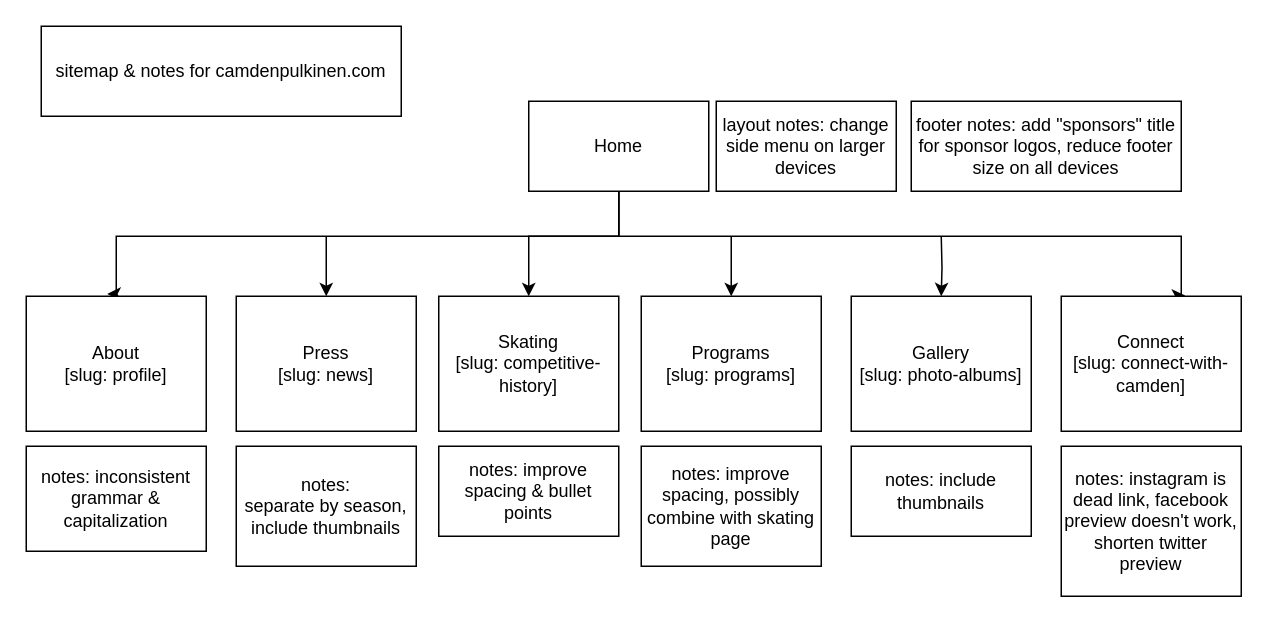
Above: drawio-diagrams/camdenpulkinen-sitemap.drawio in cucumberpeel/camden (draw.io), before the change. Source tidied: cells renumbered, new cells numbered last; positions are measured from the earlier drawing's top-left corner, leaving out a move shared by most shapes. Both pictures are drawn from the tidied source at 150%, with x=0, y=0 at pixel (26, 26).
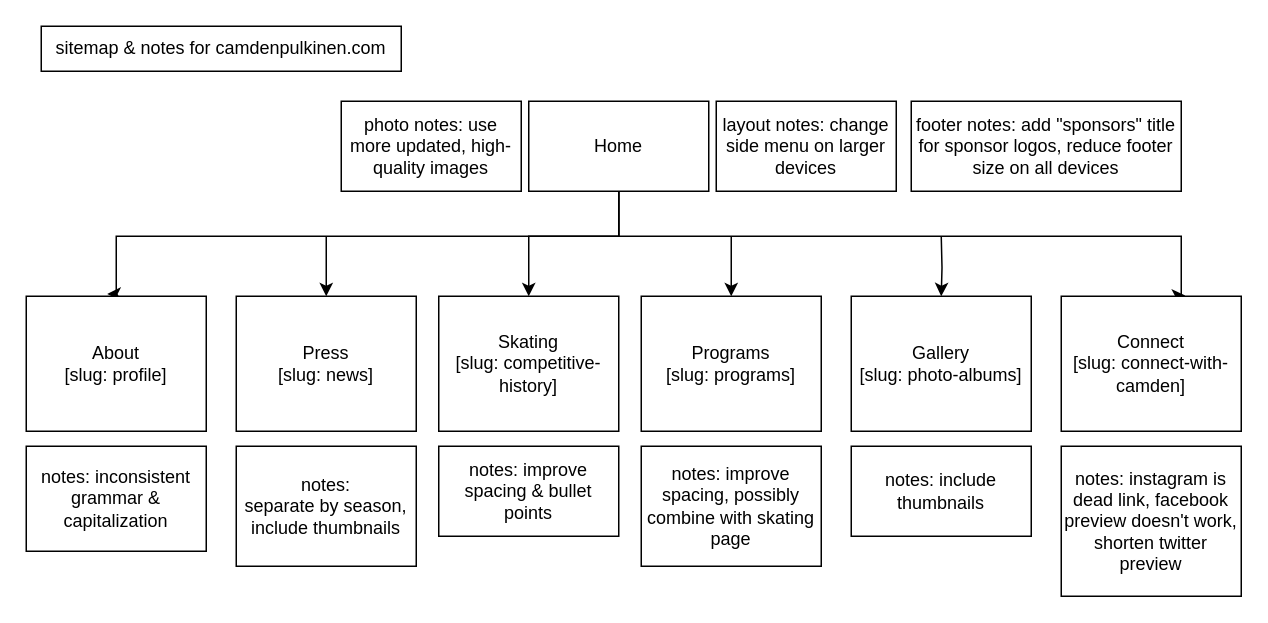
The same diagram, later.

The edit, as a diff of the source:
```diff
@@
     <mxCell id="23" value="sitemap &amp;amp; notes for camdenpulkinen.com" style="rounded=0;whiteSpace=wrap;html=1;" parent="1" vertex="1">
-      <mxGeometry x="10" width="240" height="60" as="geometry" />
+      <mxGeometry x="10" width="240" height="30" as="geometry" />
     </mxCell>
+    <mxCell id="24" value="photo notes: use more updated, high-quality images" style="rounded=0;whiteSpace=wrap;html=1;" parent="1" vertex="1">
+      <mxGeometry x="210" y="50" width="120" height="60" as="geometry" />
+    </mxCell>
```
